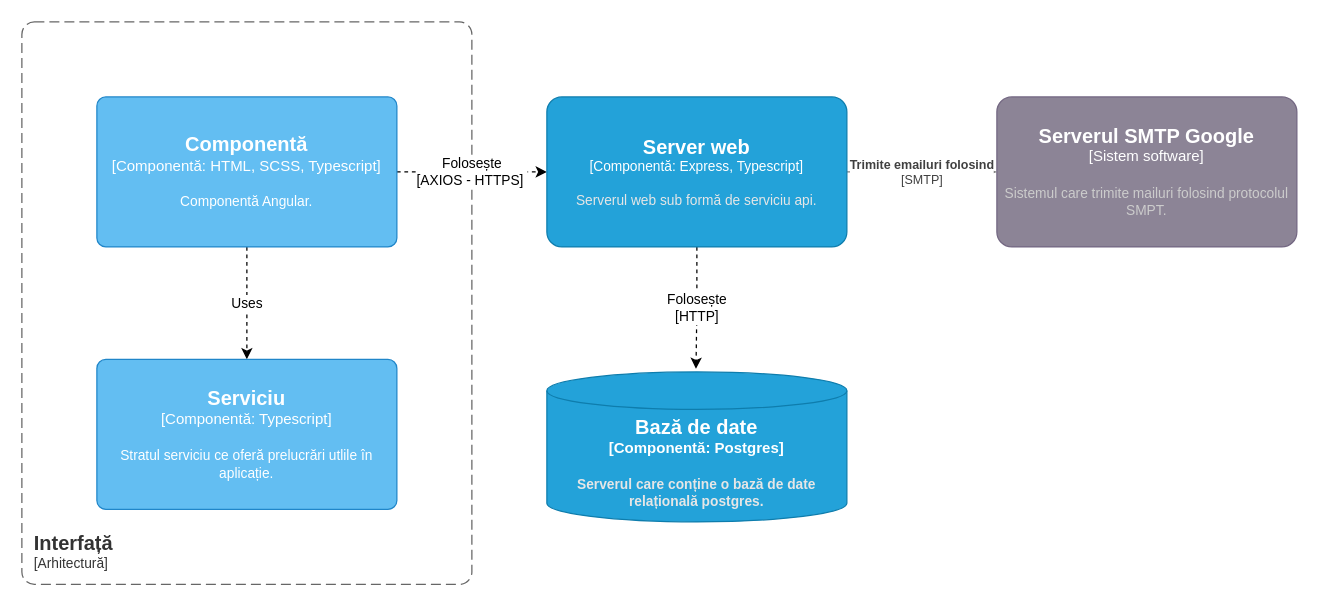
Earlier version of the draw.io diagram page "frontend" (3 of 4) of files/diagrams.drawio (valentin-stamate/dashboard-activitatie-academica). Source tidied: cells renumbered, new cells numbered last; positions are measured from the earlier drawing's top-left corner, leaving out a move shared by most shapes. Both pictures are drawn from the tidied source at 125%, with x=0, y=0 at pixel (21, 21).
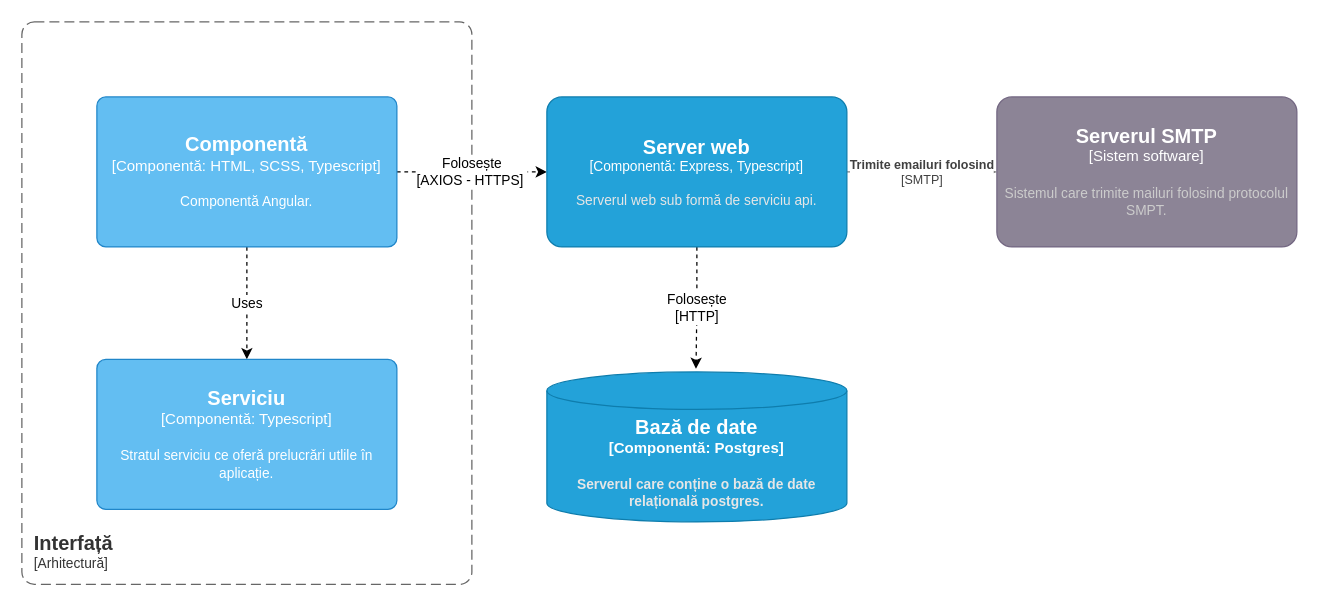
After the change.

Diff of the diagram source:
```diff
@@
 <mxGraphModel>
   <root>
     <mxCell id="0" />
     <mxCell id="1" parent="0" />
     <object id="2" label="&lt;font style=&quot;font-size: 16px&quot;&gt;&lt;b&gt;&lt;div style=&quot;text-align: left&quot;&gt;%c4Name%&lt;/div&gt;&lt;/b&gt;&lt;/font&gt;&lt;div style=&quot;text-align: left&quot;&gt;[%c4Application%]&lt;/div&gt;" c4Application="Arhitectură" c4Name="Interfață" placeholders="1">
       <mxCell style="rounded=1;fontSize=11;whiteSpace=wrap;html=1;dashed=1;arcSize=20;fillColor=none;strokeColor=#666666;fontColor=#333333;labelBackgroundColor=none;align=left;verticalAlign=bottom;labelBorderColor=none;spacingTop=0;spacing=10;dashPattern=8 4;perimeter=rectanglePerimeter;noLabel=0;labelPadding=0;absoluteArcSize=1;" parent="1" vertex="1">
         <mxGeometry width="360" height="450" as="geometry" />
       </mxCell>
     </object>
     <object id="3" label="&lt;div style=&quot;text-align: left&quot;&gt;&lt;div style=&quot;text-align: center&quot;&gt;&lt;b&gt;%c4Description%&lt;/b&gt;&lt;/div&gt;&lt;div style=&quot;text-align: center&quot;&gt;[%c4Technology%]&lt;/div&gt;&lt;/div&gt;" c4Description="Trimite emailuri folosind" c4Technology="SMTP" placeholders="1">
       <mxCell style="endArrow=blockThin;html=1;fontSize=10;fontColor=#404040;strokeWidth=1;endFill=1;strokeColor=#828282;elbow=vertical;endSize=14;startSize=14;jumpStyle=arc;jumpSize=16;rounded=0;edgeStyle=orthogonalEdgeStyle;dashed=1;entryX=0;entryY=0.5;entryDx=0;entryDy=0;entryPerimeter=0;exitX=1;exitY=0.5;exitDx=0;exitDy=0;exitPerimeter=0;" parent="1" edge="1" source="11" target="9">
         <mxGeometry relative="1" as="geometry" />
       </mxCell>
     </object>
     <mxCell id="4" value="Folosește&lt;br&gt;[AXIOS - HTTPS]&amp;nbsp;" style="edgeStyle=orthogonalEdgeStyle;rounded=1;jettySize=auto;html=1;entryX=0;entryY=0.5;entryDx=0;entryDy=0;entryPerimeter=0;dashed=1;exitX=1;exitY=0.5;exitDx=0;exitDy=0;exitPerimeter=0;" parent="1" edge="1" source="7" target="11">
       <mxGeometry relative="1" as="geometry" />
     </mxCell>
     <mxCell id="5" value="Folosește&lt;br&gt;[HTTP]" style="edgeStyle=orthogonalEdgeStyle;rounded=1;jettySize=auto;html=1;entryX=0.497;entryY=-0.02;entryDx=0;entryDy=0;entryPerimeter=0;dashed=1;exitX=0.5;exitY=1;exitDx=0;exitDy=0;exitPerimeter=0;" parent="1" edge="1" source="11" target="10">
       <mxGeometry relative="1" as="geometry" />
     </mxCell>
     <mxCell id="6" value="Uses" style="edgeStyle=orthogonalEdgeStyle;rounded=1;jettySize=auto;html=1;entryX=0.5;entryY=0;entryDx=0;entryDy=0;entryPerimeter=0;dashed=1;" parent="1" edge="1" source="7" target="8">
       <mxGeometry relative="1" as="geometry" />
     </mxCell>
     <object id="7" label="&lt;font style=&quot;font-size: 16px&quot;&gt;&lt;b&gt;%c4Name%&lt;/b&gt;&lt;/font&gt;&lt;div&gt;[%c4Type%: %c4Technology%]&lt;/div&gt;&lt;br&gt;&lt;div&gt;&lt;font style=&quot;font-size: 11px&quot;&gt;%c4Description%&lt;/font&gt;&lt;/div&gt;" c4Description="Componentă Angular." c4Name="Componentă" c4Technology="HTML, SCSS, Typescript" c4Type="Componentă" placeholders="1">
       <mxCell style="rounded=1;whiteSpace=wrap;html=1;labelBackgroundColor=none;fillColor=#63BEF2;fontColor=#ffffff;align=center;arcSize=6;strokeColor=#2086C9;points=[[0.25,0,0],[0.5,0,0],[0.75,0,0],[1,0.25,0],[1,0.5,0],[1,0.75,0],[0.75,1,0],[0.5,1,0],[0.25,1,0],[0,0.75,0],[0,0.5,0],[0,0.25,0]];" parent="1" vertex="1">
         <mxGeometry x="60" y="60" width="240" height="120" as="geometry" />
       </mxCell>
     </object>
     <object id="8" label="&lt;font style=&quot;font-size: 16px&quot;&gt;&lt;b&gt;%c4Name%&lt;/b&gt;&lt;/font&gt;&lt;div&gt;[%c4Type%: %c4Technology%]&lt;/div&gt;&lt;br&gt;&lt;div&gt;&lt;font style=&quot;font-size: 11px&quot;&gt;%c4Description%&lt;/font&gt;&lt;/div&gt;" c4Description="Stratul serviciu ce oferă prelucrări utlile în aplicație." c4Name="Serviciu" c4Technology="Typescript" c4Type="Componentă" placeholders="1">
       <mxCell style="rounded=1;whiteSpace=wrap;html=1;labelBackgroundColor=none;fillColor=#63BEF2;fontColor=#ffffff;align=center;arcSize=6;strokeColor=#2086C9;points=[[0.25,0,0],[0.5,0,0],[0.75,0,0],[1,0.25,0],[1,0.5,0],[1,0.75,0],[0.75,1,0],[0.5,1,0],[0.25,1,0],[0,0.75,0],[0,0.5,0],[0,0.25,0]];" parent="1" vertex="1">
         <mxGeometry x="60" y="270" width="240" height="120" as="geometry" />
       </mxCell>
     </object>
-    <object id="9" label="&lt;font style=&quot;font-size: 16px&quot;&gt;&lt;b&gt;%c4Name%&lt;/b&gt;&lt;/font&gt;&lt;div&gt;[%c4Type%]&lt;/div&gt;&lt;br&gt;&lt;div&gt;&lt;font style=&quot;font-size: 11px&quot;&gt;&lt;font color=&quot;#cccccc&quot;&gt;%c4Description%&lt;/font&gt;&lt;/div&gt;" c4Description="Sistemul care trimite mailuri folosind protocolul SMPT." c4Name="Serverul SMTP Google" c4Type="Sistem software" placeholders="1">
+    <object id="9" label="&lt;font style=&quot;font-size: 16px&quot;&gt;&lt;b&gt;%c4Name%&lt;/b&gt;&lt;/font&gt;&lt;div&gt;[%c4Type%]&lt;/div&gt;&lt;br&gt;&lt;div&gt;&lt;font style=&quot;font-size: 11px&quot;&gt;&lt;font color=&quot;#cccccc&quot;&gt;%c4Description%&lt;/font&gt;&lt;/div&gt;" c4Description="Sistemul care trimite mailuri folosind protocolul SMPT." c4Name="Serverul SMTP" c4Type="Sistem software" placeholders="1">
       <mxCell style="rounded=1;whiteSpace=wrap;html=1;labelBackgroundColor=none;fillColor=#8C8496;fontColor=#ffffff;align=center;arcSize=10;strokeColor=#736782;points=[[0.25,0,0],[0.5,0,0],[0.75,0,0],[1,0.25,0],[1,0.5,0],[1,0.75,0],[0.75,1,0],[0.5,1,0],[0.25,1,0],[0,0.75,0],[0,0.5,0],[0,0.25,0]];" parent="1" vertex="1">
         <mxGeometry x="780" y="60" width="240" height="120" as="geometry" />
       </mxCell>
     </object>
     <object id="10" label="&lt;font style=&quot;font-size: 16px&quot;&gt;&lt;b&gt;%c4Type%&lt;/font&gt;&lt;div&gt;[%c4Container%:&amp;nbsp;%c4Technology%]&lt;/div&gt;&lt;br&gt;&lt;div&gt;&lt;font style=&quot;font-size: 11px&quot;&gt;&lt;font color=&quot;#E6E6E6&quot;&gt;%c4Description%&lt;/font&gt;&lt;/div&gt;" c4Container="Componentă" c4Description="Serverul care conține o bază de date relațională postgres." c4Technology="Postgres" c4Type="Bază de date" placeholders="1">
       <mxCell style="shape=cylinder3;size=15;whiteSpace=wrap;html=1;boundedLbl=1;rounded=0;labelBackgroundColor=none;fillColor=#23A2D9;fontSize=12;fontColor=#ffffff;align=center;strokeColor=#0E7DAD;points=[[0.5,0,0],[1,0.25,0],[1,0.5,0],[1,0.75,0],[0.5,1,0],[0,0.75,0],[0,0.5,0],[0,0.25,0]];" parent="1" vertex="1">
         <mxGeometry x="420" y="280" width="240" height="120" as="geometry" />
       </mxCell>
     </object>
     <object id="11" label="&lt;font style=&quot;font-size: 16px&quot;&gt;&lt;b&gt;%c4Name%&lt;/b&gt;&lt;/font&gt;&lt;div&gt;[%c4Type%: %c4Technology%]&lt;/div&gt;&lt;br&gt;&lt;div&gt;&lt;font style=&quot;font-size: 11px&quot;&gt;&lt;font color=&quot;#E6E6E6&quot;&gt;%c4Description%&lt;/font&gt;&lt;/div&gt;" c4Description="Serverul web sub formă de serviciu api." c4Name="Server web" c4Technology="Express, Typescript" c4Type="Componentă" placeholders="1">
       <mxCell style="rounded=1;whiteSpace=wrap;html=1;fontSize=11;labelBackgroundColor=none;fillColor=#23A2D9;fontColor=#ffffff;align=center;arcSize=10;strokeColor=#0E7DAD;points=[[0.25,0,0],[0.5,0,0],[0.75,0,0],[1,0.25,0],[1,0.5,0],[1,0.75,0],[0.75,1,0],[0.5,1,0],[0.25,1,0],[0,0.75,0],[0,0.5,0],[0,0.25,0]];" parent="1" vertex="1">
         <mxGeometry x="420" y="60" width="240" height="120" as="geometry" />
       </mxCell>
     </object>
   </root>
 </mxGraphModel>
```
